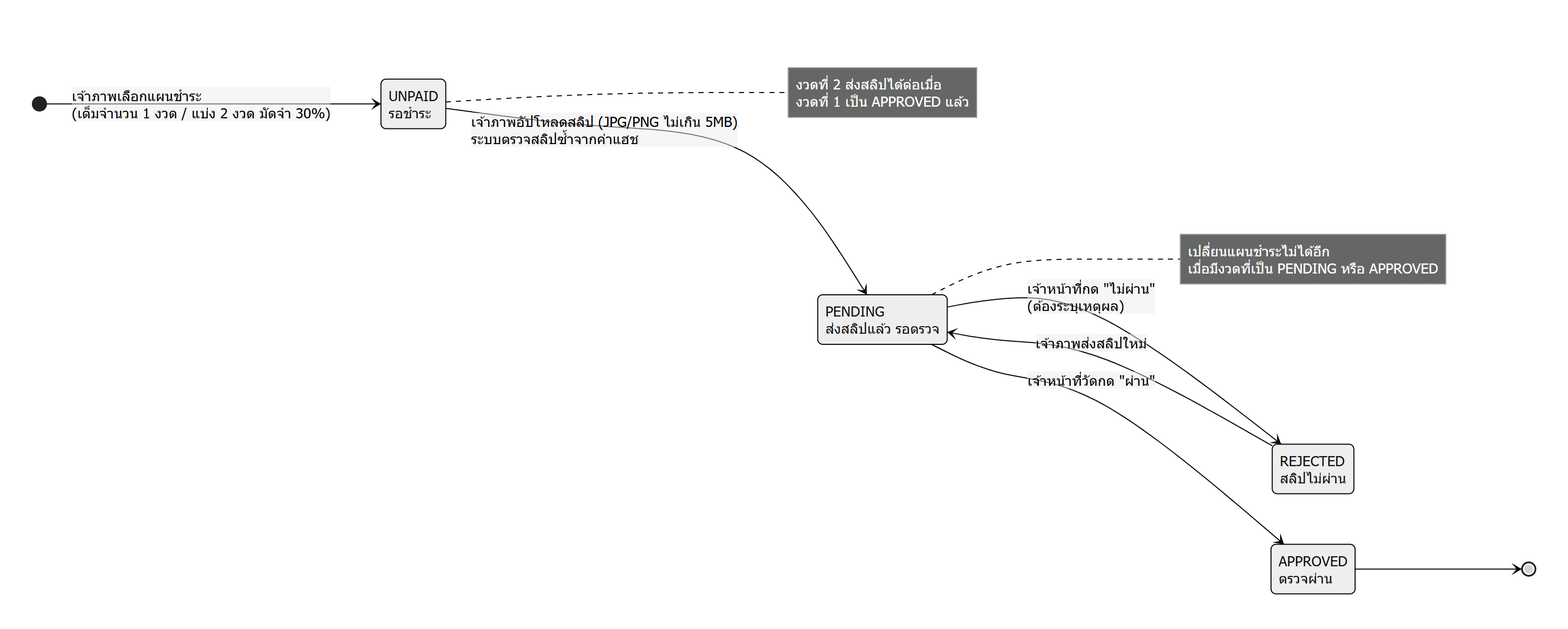
The Mermaid diagram docs/state-2-payment.png in suttirakpi/foms-system, before a commit. Its source is kept beside it as docs/state-2-payment.mmd.
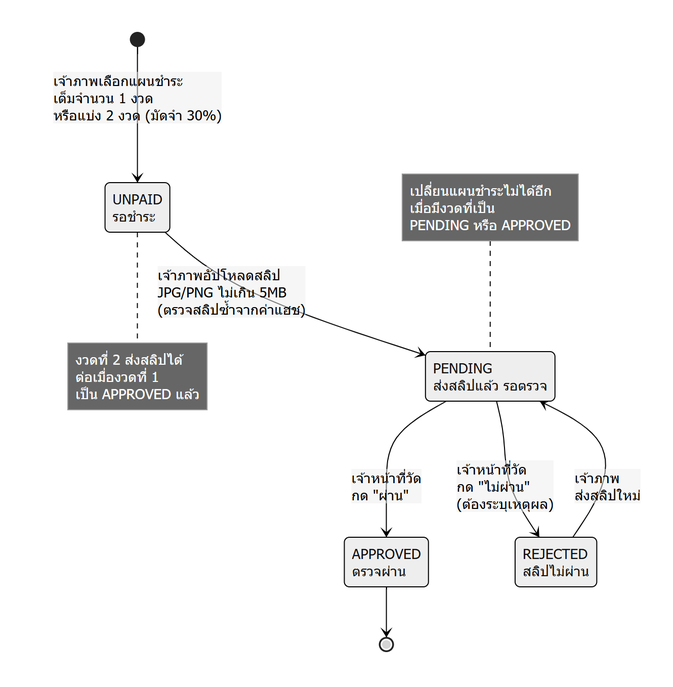
Later version of the same file.

What changed in the source:
```diff
@@ -1,23 +1,25 @@
 stateDiagram-v2
-direction LR
+direction TB
 
 state "UNPAID<br/>รอชำระ" as UNPAID
 state "PENDING<br/>ส่งสลิปแล้ว รอตรวจ" as PENDING
 state "APPROVED<br/>ตรวจผ่าน" as APPROVED
 state "REJECTED<br/>สลิปไม่ผ่าน" as REJECTED
 
-[*] --> UNPAID : เจ้าภาพเลือกแผนชำระ<br/>(เต็มจำนวน 1 งวด / แบ่ง 2 งวด มัดจำ 30%)
-UNPAID --> PENDING : เจ้าภาพอัปโหลดสลิป (JPG/PNG ไม่เกิน 5MB)<br/>ระบบตรวจสลิปซ้ำจากค่าแฮช
-PENDING --> APPROVED : เจ้าหน้าที่วัดกด "ผ่าน"
-PENDING --> REJECTED : เจ้าหน้าที่กด "ไม่ผ่าน"<br/>(ต้องระบุเหตุผล)
-REJECTED --> PENDING : เจ้าภาพส่งสลิปใหม่
+[*] --> UNPAID : เจ้าภาพเลือกแผนชำระ<br/>เต็มจำนวน 1 งวด<br/>หรือแบ่ง 2 งวด (มัดจำ 30%)
+UNPAID --> PENDING : เจ้าภาพอัปโหลดสลิป<br/>JPG/PNG ไม่เกิน 5MB<br/>(ตรวจสลิปซ้ำจากค่าแฮช)
+PENDING --> APPROVED : เจ้าหน้าที่วัด<br/>กด "ผ่าน"
+PENDING --> REJECTED : เจ้าหน้าที่วัด<br/>กด "ไม่ผ่าน"<br/>(ต้องระบุเหตุผล)
+REJECTED --> PENDING : เจ้าภาพ<br/>ส่งสลิปใหม่
 APPROVED --> [*]
 
 note right of UNPAID
-  งวดที่ 2 ส่งสลิปได้ต่อเมื่อ
-  งวดที่ 1 เป็น APPROVED แล้ว
+  งวดที่ 2 ส่งสลิปได้
+  ต่อเมื่องวดที่ 1
+  เป็น APPROVED แล้ว
 end note
-note right of PENDING
+note left of PENDING
   เปลี่ยนแผนชำระไม่ได้อีก
-  เมื่อมีงวดที่เป็น PENDING หรือ APPROVED
+  เมื่อมีงวดที่เป็น
+  PENDING หรือ APPROVED
 end note
```
